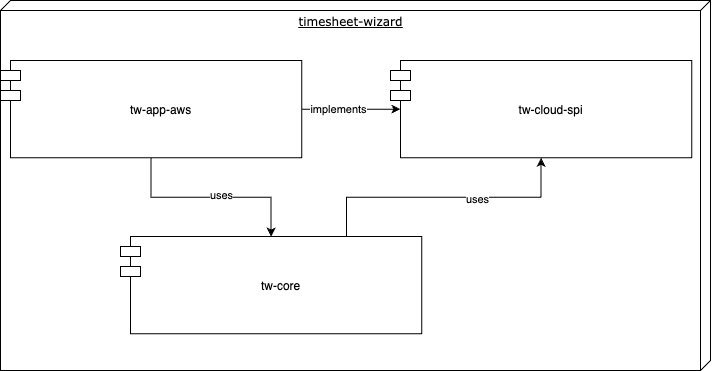
Above: docs/assets/static-level-1.drawio.png in tinohertlein/timesheet-wizard (draw.io), before the change. Source tidied: cells renumbered, new cells last; positions are measured from the earlier drawing's top-left corner, leaving out a move shared by most shapes. Its diagram source:
```xml
<mxGraphModel>
  <root>
    <mxCell id="0" />
    <mxCell id="1" parent="0" />
    <mxCell id="2" style="group;align=center;verticalAlign=bottom;" parent="1" vertex="1">
      <mxGeometry width="710" height="370" as="geometry" />
    </mxCell>
    <mxCell id="3" value="timesheet-wizard" style="verticalAlign=top;align=center;spacingTop=8;spacingLeft=2;spacingRight=12;shape=cube;size=10;direction=south;fontStyle=4;html=1;rounded=0;shadow=0;comic=0;labelBackgroundColor=none;strokeWidth=1;fontFamily=Verdana;fontSize=12;" parent="2" vertex="1">
      <mxGeometry width="710" height="370" as="geometry" />
    </mxCell>
    <mxCell id="4" style="edgeStyle=orthogonalEdgeStyle;rounded=0;jettySize=auto;html=1;" parent="2" edge="1" source="8" target="12">
      <mxGeometry relative="1" as="geometry" />
    </mxCell>
    <mxCell id="5" value="uses" style="edgeLabel;html=1;align=center;verticalAlign=middle;" parent="4" vertex="1">
      <mxGeometry x="0.1" y="2" relative="1" as="geometry" />
    </mxCell>
    <mxCell id="6" style="edgeStyle=orthogonalEdgeStyle;rounded=0;jettySize=auto;html=1;entryX=0;entryY=0.5;entryDx=10;entryDy=0;entryPerimeter=0;" parent="2" edge="1" source="8" target="9">
      <mxGeometry relative="1" as="geometry" />
    </mxCell>
    <mxCell id="7" value="implements" style="edgeLabel;html=1;align=center;verticalAlign=middle;" parent="6" vertex="1">
      <mxGeometry x="-0.27" relative="1" as="geometry" />
    </mxCell>
    <mxCell id="8" value="tw-app-aws" style="shape=module;align=left;spacingLeft=20;align=center;verticalAlign=middle;" parent="2" vertex="1">
      <mxGeometry y="60" width="301.2" height="97.4" as="geometry" />
    </mxCell>
    <mxCell id="9" value="tw-cloud-spi" style="shape=module;align=left;spacingLeft=20;align=center;verticalAlign=middle;" parent="2" vertex="1">
      <mxGeometry x="390" y="60" width="301.2" height="97.4" as="geometry" />
    </mxCell>
    <mxCell id="10" style="edgeStyle=orthogonalEdgeStyle;rounded=0;jettySize=auto;html=1;exitX=0.75;exitY=0;exitDx=0;exitDy=0;entryX=0.5;entryY=1;entryDx=0;entryDy=0;" parent="2" edge="1" source="12" target="9">
      <mxGeometry relative="1" as="geometry" />
    </mxCell>
    <mxCell id="11" value="uses" style="edgeLabel;html=1;align=center;verticalAlign=middle;" parent="10" vertex="1">
      <mxGeometry x="0.25" y="-2" relative="1" as="geometry" />
    </mxCell>
    <mxCell id="12" value="tw-core" style="shape=module;align=left;spacingLeft=20;align=center;verticalAlign=middle;" parent="2" vertex="1">
      <mxGeometry x="120" y="236" width="301.2" height="97.4" as="geometry" />
    </mxCell>
  </root>
</mxGraphModel>
```
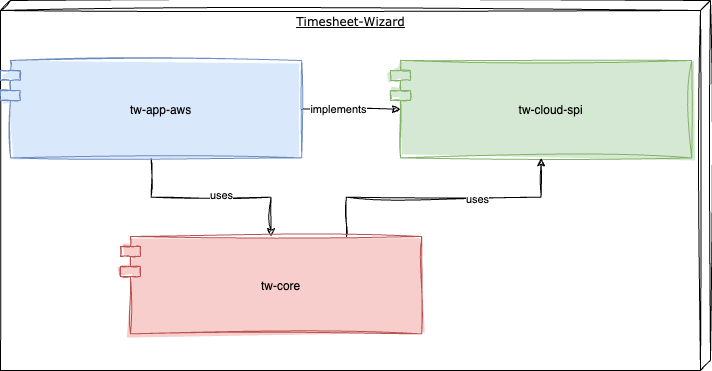
Above is the later version.

Diff of the diagram source:
```diff
@@ -2,37 +2,37 @@
   <root>
     <mxCell id="0" />
     <mxCell id="1" parent="0" />
-    <mxCell id="2" style="group;align=center;verticalAlign=bottom;" parent="1" vertex="1">
+    <mxCell id="2" style="group;align=center;verticalAlign=bottom;sketch=1;curveFitting=1;jiggle=2;" parent="1" vertex="1">
       <mxGeometry width="710" height="370" as="geometry" />
     </mxCell>
-    <mxCell id="3" value="timesheet-wizard" style="verticalAlign=top;align=center;spacingTop=8;spacingLeft=2;spacingRight=12;shape=cube;size=10;direction=south;fontStyle=4;html=1;rounded=0;shadow=0;comic=0;labelBackgroundColor=none;strokeWidth=1;fontFamily=Verdana;fontSize=12;" parent="2" vertex="1">
+    <mxCell id="3" value="Timesheet-Wizard" style="verticalAlign=top;align=center;spacingTop=8;spacingLeft=2;spacingRight=12;shape=cube;size=10;direction=south;fontStyle=4;html=1;rounded=0;shadow=0;comic=0;labelBackgroundColor=none;strokeWidth=1;fontFamily=Verdana;fontSize=12;sketch=1;curveFitting=1;jiggle=2;" parent="2" vertex="1">
       <mxGeometry width="710" height="370" as="geometry" />
     </mxCell>
-    <mxCell id="4" style="edgeStyle=orthogonalEdgeStyle;rounded=0;jettySize=auto;html=1;" parent="2" edge="1" source="8" target="12">
+    <mxCell id="4" style="edgeStyle=orthogonalEdgeStyle;rounded=0;jettySize=auto;html=1;sketch=1;curveFitting=1;jiggle=2;" parent="2" edge="1" source="8" target="12">
       <mxGeometry relative="1" as="geometry" />
     </mxCell>
     <mxCell id="5" value="uses" style="edgeLabel;html=1;align=center;verticalAlign=middle;" parent="4" vertex="1">
       <mxGeometry x="0.1" y="2" relative="1" as="geometry" />
     </mxCell>
-    <mxCell id="6" style="edgeStyle=orthogonalEdgeStyle;rounded=0;jettySize=auto;html=1;entryX=0;entryY=0.5;entryDx=10;entryDy=0;entryPerimeter=0;" parent="2" edge="1" source="8" target="9">
+    <mxCell id="6" style="edgeStyle=orthogonalEdgeStyle;rounded=0;jettySize=auto;html=1;entryX=0;entryY=0.5;entryDx=10;entryDy=0;entryPerimeter=0;sketch=1;curveFitting=1;jiggle=2;" parent="2" edge="1" source="8" target="9">
       <mxGeometry relative="1" as="geometry" />
     </mxCell>
     <mxCell id="7" value="implements" style="edgeLabel;html=1;align=center;verticalAlign=middle;" parent="6" vertex="1">
       <mxGeometry x="-0.27" relative="1" as="geometry" />
     </mxCell>
-    <mxCell id="8" value="tw-app-aws" style="shape=module;align=left;spacingLeft=20;align=center;verticalAlign=middle;" parent="2" vertex="1">
+    <mxCell id="8" value="tw-app-aws" style="shape=module;align=left;spacingLeft=20;align=center;verticalAlign=middle;sketch=1;curveFitting=1;jiggle=2;fillColor=#dae8fc;strokeColor=#6c8ebf;fillStyle=solid;" parent="2" vertex="1">
       <mxGeometry y="60" width="301.2" height="97.4" as="geometry" />
     </mxCell>
-    <mxCell id="9" value="tw-cloud-spi" style="shape=module;align=left;spacingLeft=20;align=center;verticalAlign=middle;" parent="2" vertex="1">
+    <mxCell id="9" value="tw-cloud-spi" style="shape=module;align=left;spacingLeft=20;align=center;verticalAlign=middle;sketch=1;curveFitting=1;jiggle=2;fillColor=#d5e8d4;strokeColor=#82b366;fillStyle=solid;" parent="2" vertex="1">
       <mxGeometry x="390" y="60" width="301.2" height="97.4" as="geometry" />
     </mxCell>
-    <mxCell id="10" style="edgeStyle=orthogonalEdgeStyle;rounded=0;jettySize=auto;html=1;exitX=0.75;exitY=0;exitDx=0;exitDy=0;entryX=0.5;entryY=1;entryDx=0;entryDy=0;" parent="2" edge="1" source="12" target="9">
+    <mxCell id="10" style="edgeStyle=orthogonalEdgeStyle;rounded=0;jettySize=auto;html=1;exitX=0.75;exitY=0;exitDx=0;exitDy=0;entryX=0.5;entryY=1;entryDx=0;entryDy=0;sketch=1;curveFitting=1;jiggle=2;" parent="2" edge="1" source="12" target="9">
       <mxGeometry relative="1" as="geometry" />
     </mxCell>
     <mxCell id="11" value="uses" style="edgeLabel;html=1;align=center;verticalAlign=middle;" parent="10" vertex="1">
       <mxGeometry x="0.25" y="-2" relative="1" as="geometry" />
     </mxCell>
-    <mxCell id="12" value="tw-core" style="shape=module;align=left;spacingLeft=20;align=center;verticalAlign=middle;" parent="2" vertex="1">
+    <mxCell id="12" value="tw-core" style="shape=module;align=left;spacingLeft=20;align=center;verticalAlign=middle;sketch=1;curveFitting=1;jiggle=2;fillColor=#f8cecc;strokeColor=#b85450;fillStyle=solid;" parent="2" vertex="1">
       <mxGeometry x="120" y="236" width="301.2" height="97.4" as="geometry" />
     </mxCell>
   </root>
```
